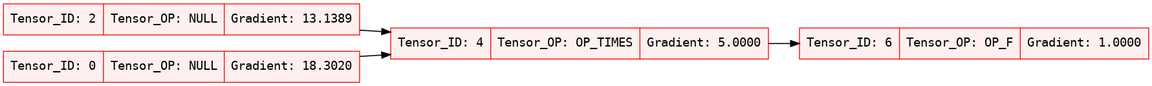
Above: graph_att.png in umairgillani93/miniTorch (Graphviz), before the change. Its source is kept beside it as graph_att.dot. Its diagram source:
```dot
digraph TensorGraph {
  rankdir=LR;
  node [shape=record, style=filled, fillcolor=white, fontname="Courier"];
  n6 [label="{Tensor_ID: 6 | Tensor_OP: OP_F | Gradient: 1.0000}", color="red", fillcolor="#fff0f0"];
  n4 -> n6 [penwidth=1.2];
  n4 [label="{Tensor_ID: 4 | Tensor_OP: OP_TIMES | Gradient: 5.0000}", color="red", fillcolor="#fff0f0"];
  n2 -> n4 [penwidth=1.2];
  n0 -> n4 [penwidth=1.2];
  n0 [label="{Tensor_ID: 0 | Tensor_OP: NULL | Gradient: 18.3020}", color="red", fillcolor="#fff0f0"];
  n2 [label="{Tensor_ID: 2 | Tensor_OP: NULL | Gradient: 13.1389}", color="red", fillcolor="#fff0f0"];
}
```
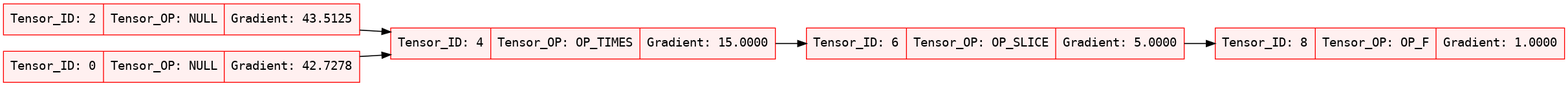
The same diagram one commit later.

Commit message:
tensor_slice_backward() added and verified

What changed in the source:
```diff
@@ -1,11 +1,13 @@
 digraph TensorGraph {
   rankdir=LR;
   node [shape=record, style=filled, fillcolor=white, fontname="Courier"];
-  n6 [label="{Tensor_ID: 6 | Tensor_OP: OP_F | Gradient: 1.0000}", color="red", fillcolor="#fff0f0"];
+  n8 [label="{Tensor_ID: 8 | Tensor_OP: OP_F | Gradient: 1.0000}", color="red", fillcolor="#fff0f0"];
+  n6 -> n8 [penwidth=1.2];
+  n6 [label="{Tensor_ID: 6 | Tensor_OP: OP_SLICE | Gradient: 5.0000}", color="red", fillcolor="#fff0f0"];
   n4 -> n6 [penwidth=1.2];
-  n4 [label="{Tensor_ID: 4 | Tensor_OP: OP_TIMES | Gradient: 5.0000}", color="red", fillcolor="#fff0f0"];
+  n4 [label="{Tensor_ID: 4 | Tensor_OP: OP_TIMES | Gradient: 15.0000}", color="red", fillcolor="#fff0f0"];
   n2 -> n4 [penwidth=1.2];
   n0 -> n4 [penwidth=1.2];
-  n0 [label="{Tensor_ID: 0 | Tensor_OP: NULL | Gradient: 18.3020}", color="red", fillcolor="#fff0f0"];
-  n2 [label="{Tensor_ID: 2 | Tensor_OP: NULL | Gradient: 13.1389}", color="red", fillcolor="#fff0f0"];
+  n0 [label="{Tensor_ID: 0 | Tensor_OP: NULL | Gradient: 42.7278}", color="red", fillcolor="#fff0f0"];
+  n2 [label="{Tensor_ID: 2 | Tensor_OP: NULL | Gradient: 43.5125}", color="red", fillcolor="#fff0f0"];
 }
```
